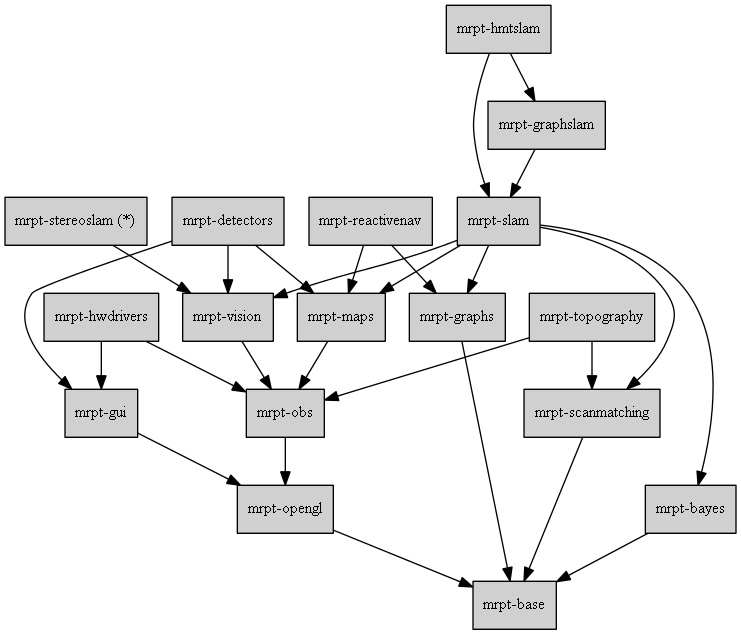
Before: doc/design_of_images/graph_mrpt_libs.png, a diagram exported from Graphviz (MRPT/mrpt). Its source is kept beside it as doc/design_of_images/graph_mrpt_libs.dot.
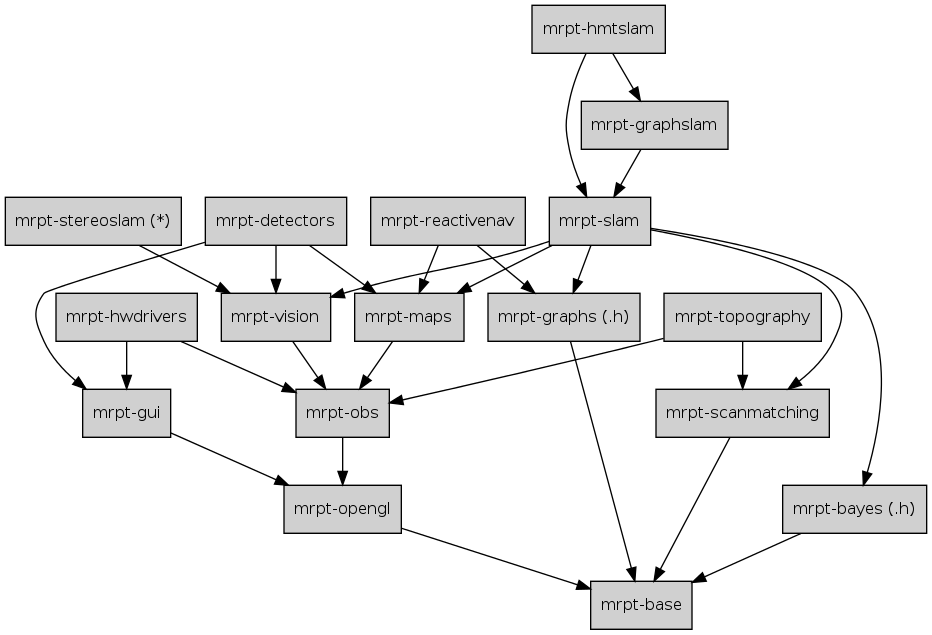
Later version of the same file.

Diff of the diagram source:
```diff
@@ -3,8 +3,8 @@
 	node [shape=box,style=filled, fillcolor="#D0D0D0",fontsize=12];
 
 	base 		[label="mrpt-base",URL="group__mrpt__base__grp.html"];
-	graphs		[label="mrpt-graphs",URL="group__mrpt__graphs__grp.html"];
-	bayes 		[label="mrpt-bayes",URL="group__mrpt__bayes__grp.html"];
+	graphs		[label="mrpt-graphs (.h)",URL="group__mrpt__graphs__grp.html"];
+	bayes 		[label="mrpt-bayes (.h)",URL="group__mrpt__bayes__grp.html"];
 	opengl 		[label="mrpt-opengl", URL="group__mrpt__opengl__grp.html"];
 	gui 		[label="mrpt-gui",URL="group__mrpt__gui__grp.html"];
 	obs 		[label="mrpt-obs",URL="group__mrpt__obs__grp.html"];
```
